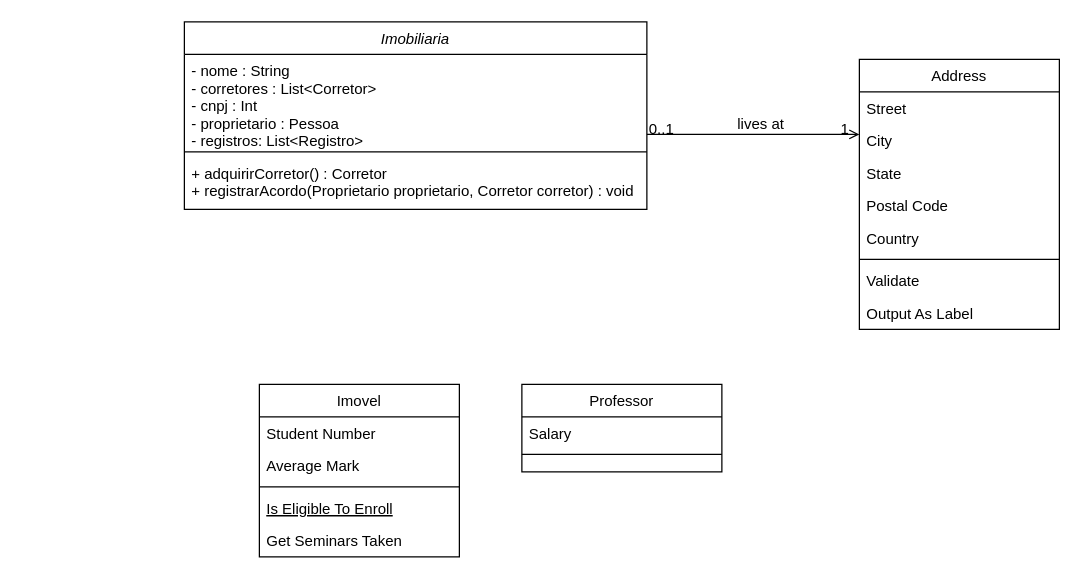
The draw.io diagram Diagrama sem nome.drawio in Sant-Thiago/Estudos, before the edit. Source tidied: cells renumbered, new cells numbered last; positions are measured from the earlier drawing's top-left corner, leaving out a move shared by most shapes. Both pictures are drawn from the tidied source at 125%, with x=0, y=0 at pixel (184, 21).
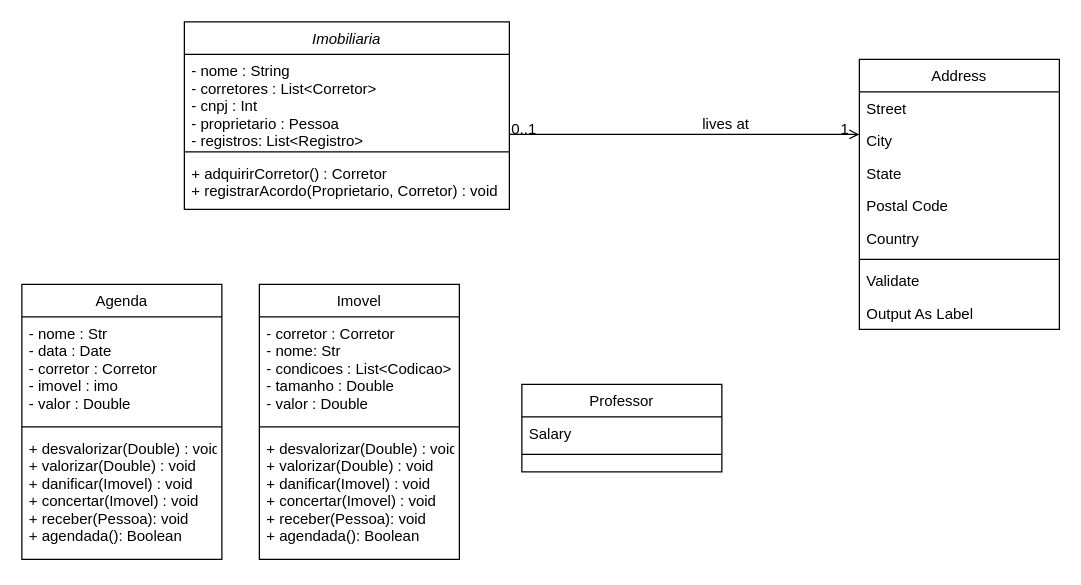
The same diagram, later.

Diff of the diagram source:
```diff
@@
     <mxCell id="2" value="Imobiliaria" style="swimlane;fontStyle=2;align=center;verticalAlign=top;horizontal=1;startSize=26;rounded=0;shadow=0;strokeWidth=1;" parent="1" vertex="1">
-      <mxGeometry width="370" height="150" as="geometry" />
+      <mxGeometry width="260" height="150" as="geometry" />
     </mxCell>
     <mxCell id="3" value="- nome : String&#10;- corretores : List&lt;Corretor&gt;&#10;- cnpj : Int&#10;- proprietario : Pessoa&#10;- registros: List&lt;Registro&gt;" style="text;align=left;verticalAlign=top;spacingLeft=4;spacingRight=4;overflow=hidden;" parent="2" vertex="1">
-      <mxGeometry y="26" width="370" height="74" as="geometry" />
+      <mxGeometry y="26" width="260" height="74" as="geometry" />
     </mxCell>
     <mxCell id="4" style="line;html=1;strokeWidth=1;align=left;verticalAlign=middle;spacingTop=-1;spacingLeft=3;spacingRight=3;labelPosition=right;" parent="2" vertex="1">
-      <mxGeometry y="100" width="370" height="8" as="geometry" />
+      <mxGeometry y="100" width="260" height="8" as="geometry" />
     </mxCell>
-    <mxCell id="5" value="+ adquirirCorretor() : Corretor&#10;+ registrarAcordo(Proprietario proprietario, Corretor corretor) : void&#10;" style="text;align=left;verticalAlign=top;spacingLeft=4;spacingRight=4;overflow=hidden;" parent="2" vertex="1">
-      <mxGeometry y="108" width="370" height="42" as="geometry" />
+    <mxCell id="5" value="+ adquirirCorretor() : Corretor&#10;+ registrarAcordo(Proprietario, Corretor) : void&#10;" style="text;align=left;verticalAlign=top;spacingLeft=4;spacingRight=4;overflow=hidden;" parent="2" vertex="1">
+      <mxGeometry y="108" width="260" height="42" as="geometry" />
     </mxCell>
     <mxCell id="6" value="Imovel" style="swimlane;fontStyle=0;align=center;verticalAlign=top;horizontal=1;startSize=26;rounded=0;shadow=0;strokeWidth=1;" parent="1" vertex="1">
-      <mxGeometry x="60" y="290" width="160" height="138" as="geometry" />
+      <mxGeometry x="60" y="210" width="160" height="220" as="geometry" />
     </mxCell>
-    <mxCell id="7" value="Student Number" style="text;align=left;verticalAlign=top;spacingLeft=4;spacingRight=4;overflow=hidden;" parent="6" vertex="1">
-      <mxGeometry y="26" width="160" height="26" as="geometry" />
+    <mxCell id="7" value="- corretor : Corretor&#10;- nome: Str&#10;- condicoes : List&lt;Codicao&gt;&#10;- tamanho : Double&#10;- valor : Double" style="text;align=left;verticalAlign=top;spacingLeft=4;spacingRight=4;overflow=hidden;" parent="6" vertex="1">
+      <mxGeometry y="26" width="160" height="84" as="geometry" />
     </mxCell>
-    <mxCell id="8" value="Average Mark" style="text;align=left;verticalAlign=top;spacingLeft=4;spacingRight=4;overflow=hidden;rounded=0;shadow=0;html=0;" parent="6" vertex="1">
-      <mxGeometry y="52" width="160" height="26" as="geometry" />
-    </mxCell>
     <mxCell id="9" style="line;html=1;strokeWidth=1;align=left;verticalAlign=middle;spacingTop=-1;spacingLeft=3;spacingRight=3;labelPosition=right;" parent="6" vertex="1">
-      <mxGeometry y="78" width="160" height="8" as="geometry" />
+      <mxGeometry y="110" width="160" height="8" as="geometry" />
     </mxCell>
-    <mxCell id="10" value="Is Eligible To Enroll" style="text;align=left;verticalAlign=top;spacingLeft=4;spacingRight=4;overflow=hidden;fontStyle=4;" parent="6" vertex="1">
-      <mxGeometry y="86" width="160" height="26" as="geometry" />
-    </mxCell>
-    <mxCell id="11" value="Get Seminars Taken" style="text;align=left;verticalAlign=top;spacingLeft=4;spacingRight=4;overflow=hidden;" parent="6" vertex="1">
-      <mxGeometry y="112" width="160" height="26" as="geometry" />
+    <mxCell id="11" value="+ desvalorizar(Double) : void&#10;+ valorizar(Double) : void&#10;+ danificar(Imovel) : void&#10;+ concertar(Imovel) : void&#10;+ receber(Pessoa): void&#10;+ agendada(): Boolean" style="text;align=left;verticalAlign=top;spacingLeft=4;spacingRight=4;overflow=hidden;" parent="6" vertex="1">
+      <mxGeometry y="118" width="160" height="102" as="geometry" />
     </mxCell>
@@
+    <mxCell id="28" value="Agenda" style="swimlane;fontStyle=0;align=center;verticalAlign=top;horizontal=1;startSize=26;rounded=0;shadow=0;strokeWidth=1;" parent="1" vertex="1">
+      <mxGeometry x="-130" y="210" width="160" height="220" as="geometry" />
+    </mxCell>
+    <mxCell id="29" value="- nome : Str&#10;- data : Date&#10;- corretor : Corretor&#10;- imovel : imo&#10;- valor : Double" style="text;align=left;verticalAlign=top;spacingLeft=4;spacingRight=4;overflow=hidden;" parent="28" vertex="1">
+      <mxGeometry y="26" width="160" height="84" as="geometry" />
+    </mxCell>
+    <mxCell id="30" style="line;html=1;strokeWidth=1;align=left;verticalAlign=middle;spacingTop=-1;spacingLeft=3;spacingRight=3;labelPosition=right;" parent="28" vertex="1">
+      <mxGeometry y="110" width="160" height="8" as="geometry" />
+    </mxCell>
+    <mxCell id="31" value="+ desvalorizar(Double) : void&#10;+ valorizar(Double) : void&#10;+ danificar(Imovel) : void&#10;+ concertar(Imovel) : void&#10;+ receber(Pessoa): void&#10;+ agendada(): Boolean" style="text;align=left;verticalAlign=top;spacingLeft=4;spacingRight=4;overflow=hidden;" parent="28" vertex="1">
+      <mxGeometry y="118" width="160" height="102" as="geometry" />
+    </mxCell>
```
